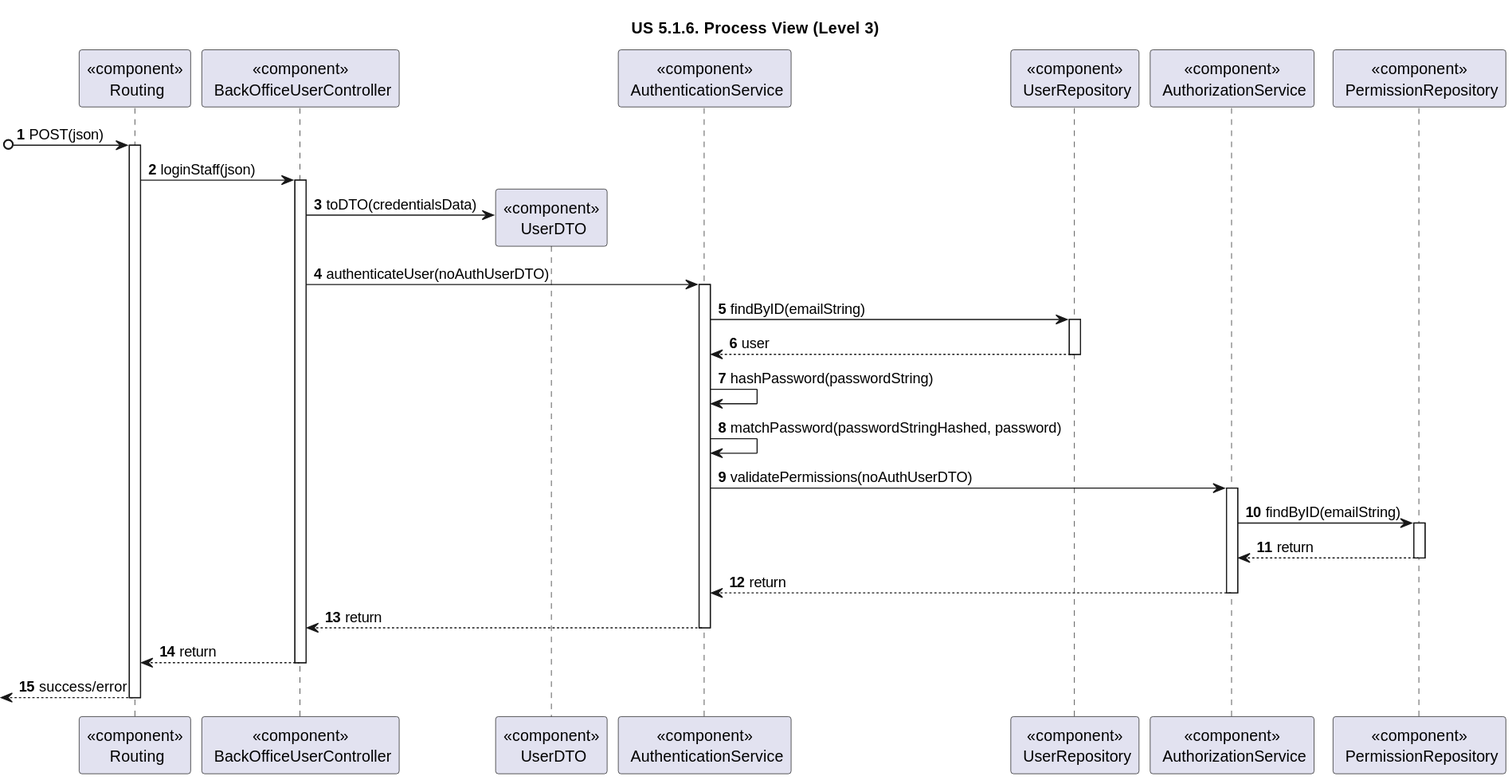
Before: docs/sprint-1/us-5.1.6/Process_View/Level-3/us6-process-view-lvl3.svg, a diagram exported from PlantUML (rita-barbosa/LAPR5-2425).
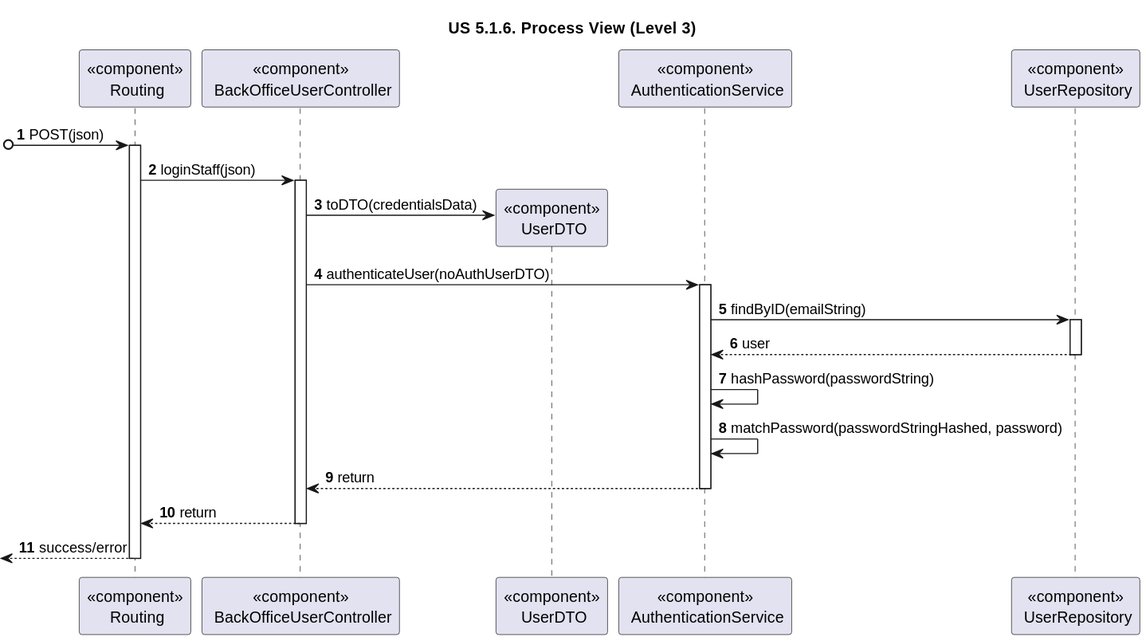
The same file after the commit.

Commit message:
DG38-9 | docs: process view diagrams update and design patterns justifications

Diff of the diagram source:
```diff
@@ -11,9 +11,6 @@
 
 participant "<<component>>\n AuthenticationService" as AUTHServ
 participant "<<component>>\n UserRepository" as AUTHRepo
-
-participant "<<component>>\n AuthorizationService" as AUTHZServ
-participant "<<component>>\n PermissionRepository" as AUTHZRepo
 
 
 [o-> ROUTE : POST(json)
@@ -38,19 +35,6 @@
 
 AUTHServ -> AUTHServ : matchPassword(passwordStringHashed, password)
 
-
-AUTHServ -> AUTHZServ : validatePermissions(noAuthUserDTO)
-activate AUTHZServ
-
-AUTHZServ -> AUTHZRepo : findByID(emailString)
-activate AUTHZRepo
-
-AUTHZRepo --> AUTHZServ : return
-deactivate AUTHZRepo
-
-AUTHZServ --> AUTHServ : return
-deactivate AUTHZServ
-
 AUTHServ --> CONTROL : return
 deactivate AUTHServ
 
```
